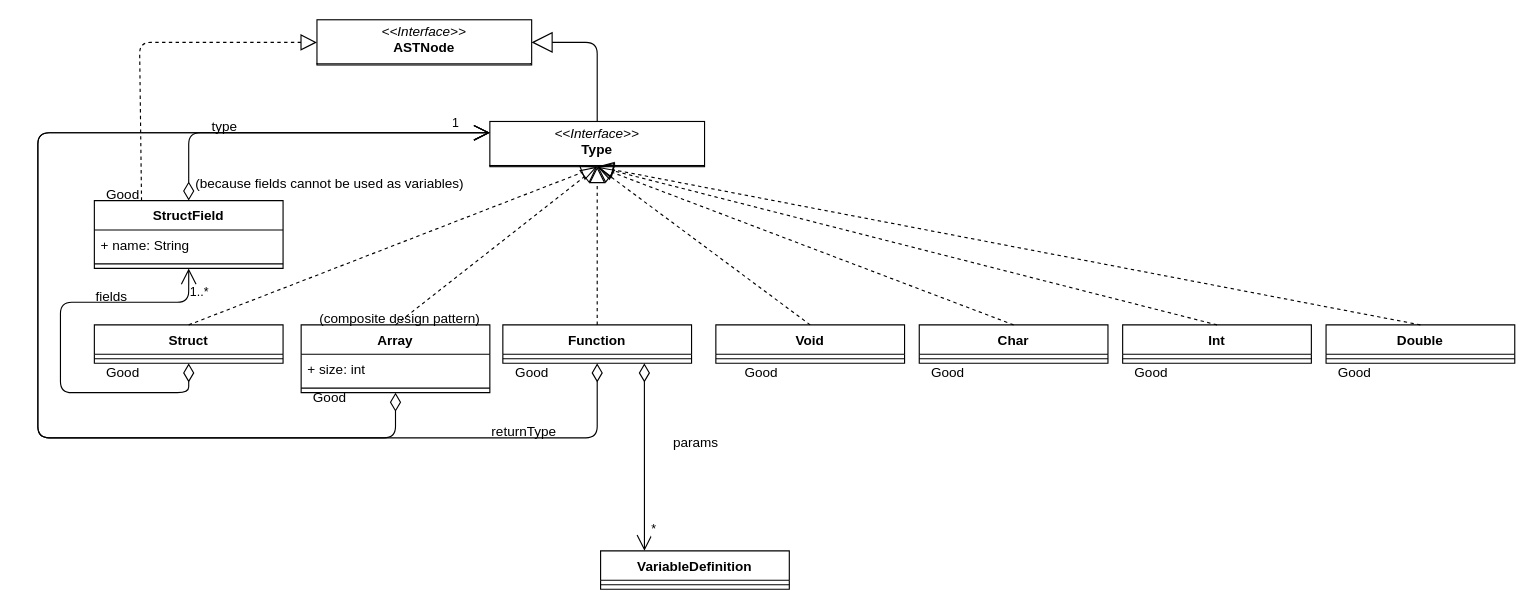
Above: diagrams/type.drawio in Diegomcha/dlp-compiler (draw.io), before the change. Source tidied: cells renumbered, new cells numbered last; positions are measured from the earlier drawing's top-left corner, leaving out a move shared by most shapes. Both pictures are drawn from the tidied source at 113%, with x=0, y=0 at pixel (37, 19).
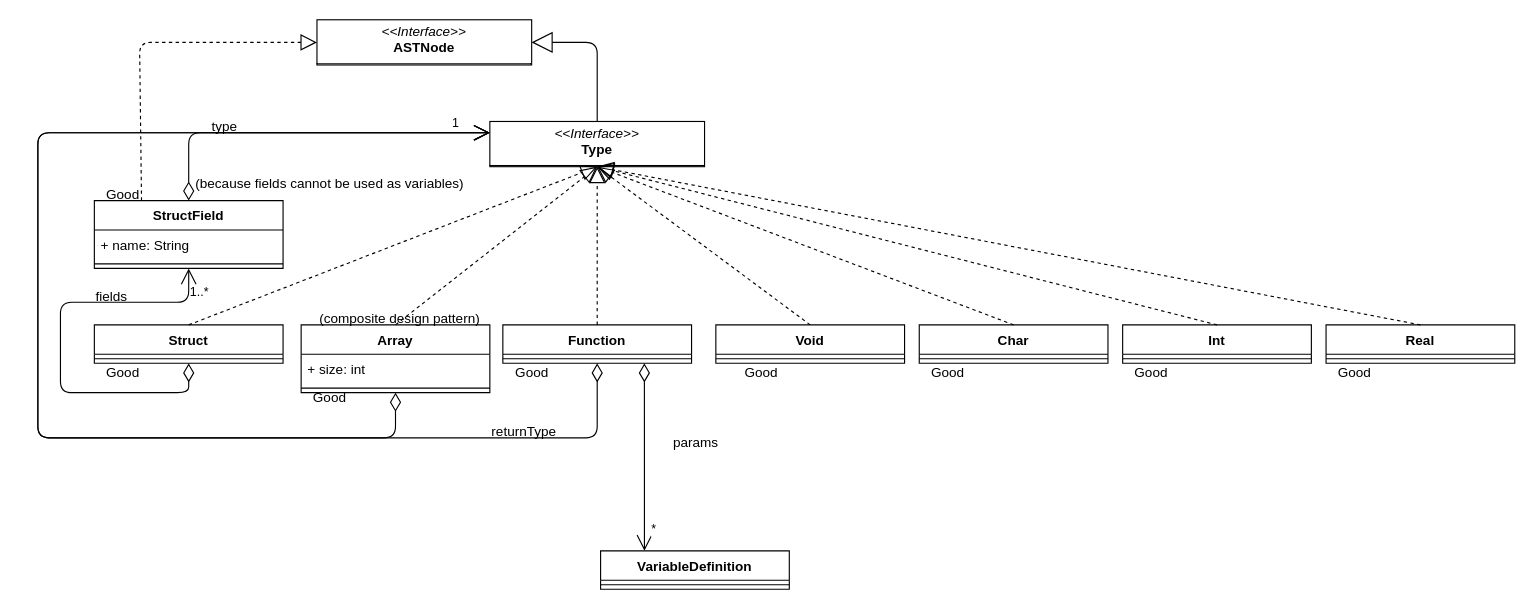
The same page after the edit.

Commit message:
fix(ast): Changed Double by Real

Change to the diagram source:
```diff
@@
-    <mxCell id="22" value="Double" style="swimlane;fontStyle=1;align=center;verticalAlign=top;horizontal=1;startSize=26;" parent="1" vertex="1">
+    <mxCell id="22" value="Real" style="swimlane;fontStyle=1;align=center;verticalAlign=top;horizontal=1;startSize=26;" parent="1" vertex="1">
       <mxGeometry x="1140" y="270" width="167" height="34" as="geometry" />
     </mxCell>
```
